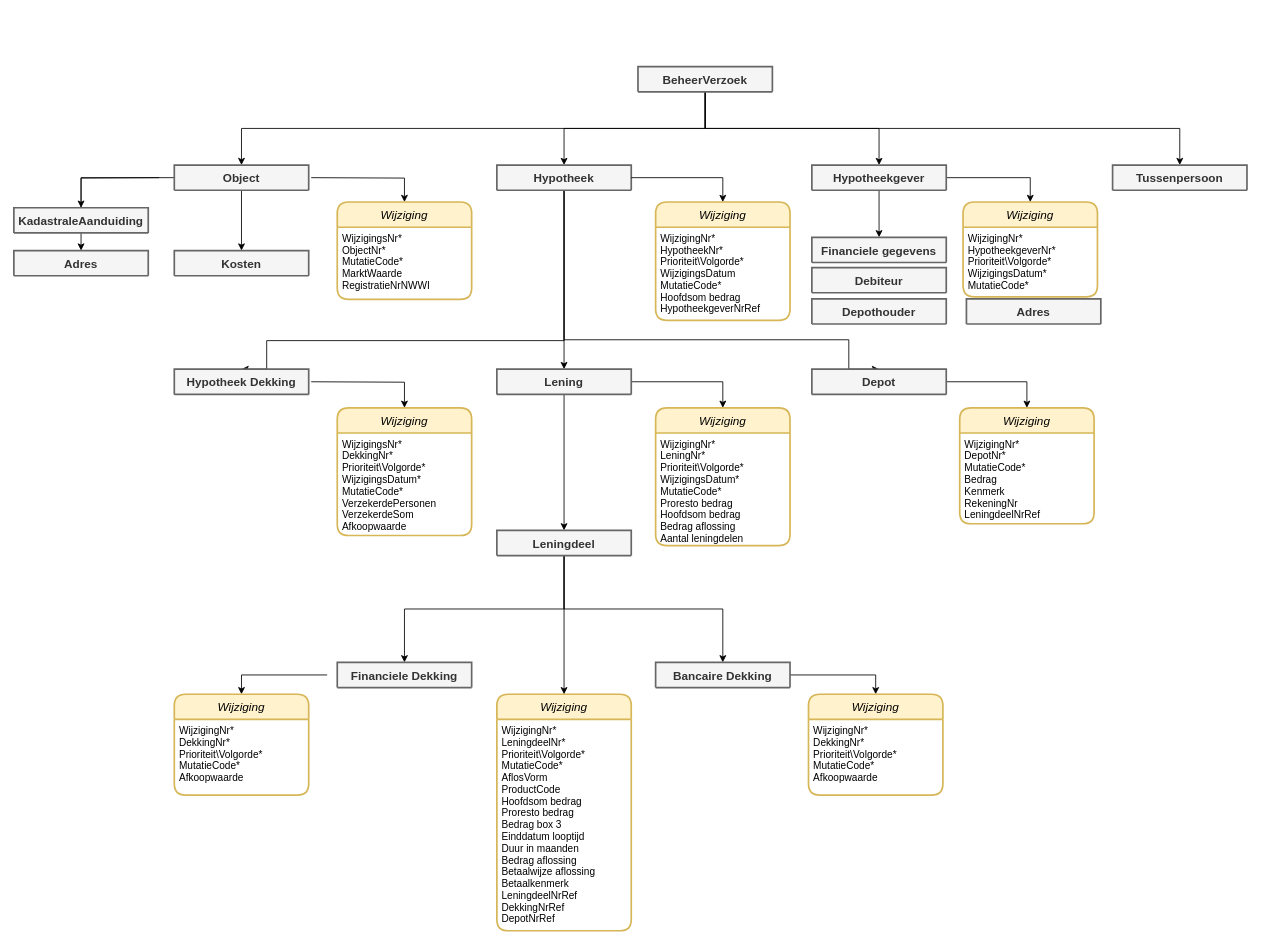
luchthandel/diagrams keeps this draw.io diagram as HDN_BX_MM_DataModel.drawio. Above is the earlier version. Source tidied: cells renumbered, new cells numbered last; positions are measured from the earlier drawing's top-left corner, leaving out a move shared by most shapes. Both pictures are drawn from the tidied source at 84%, with x=0, y=0 at pixel (13, 66).
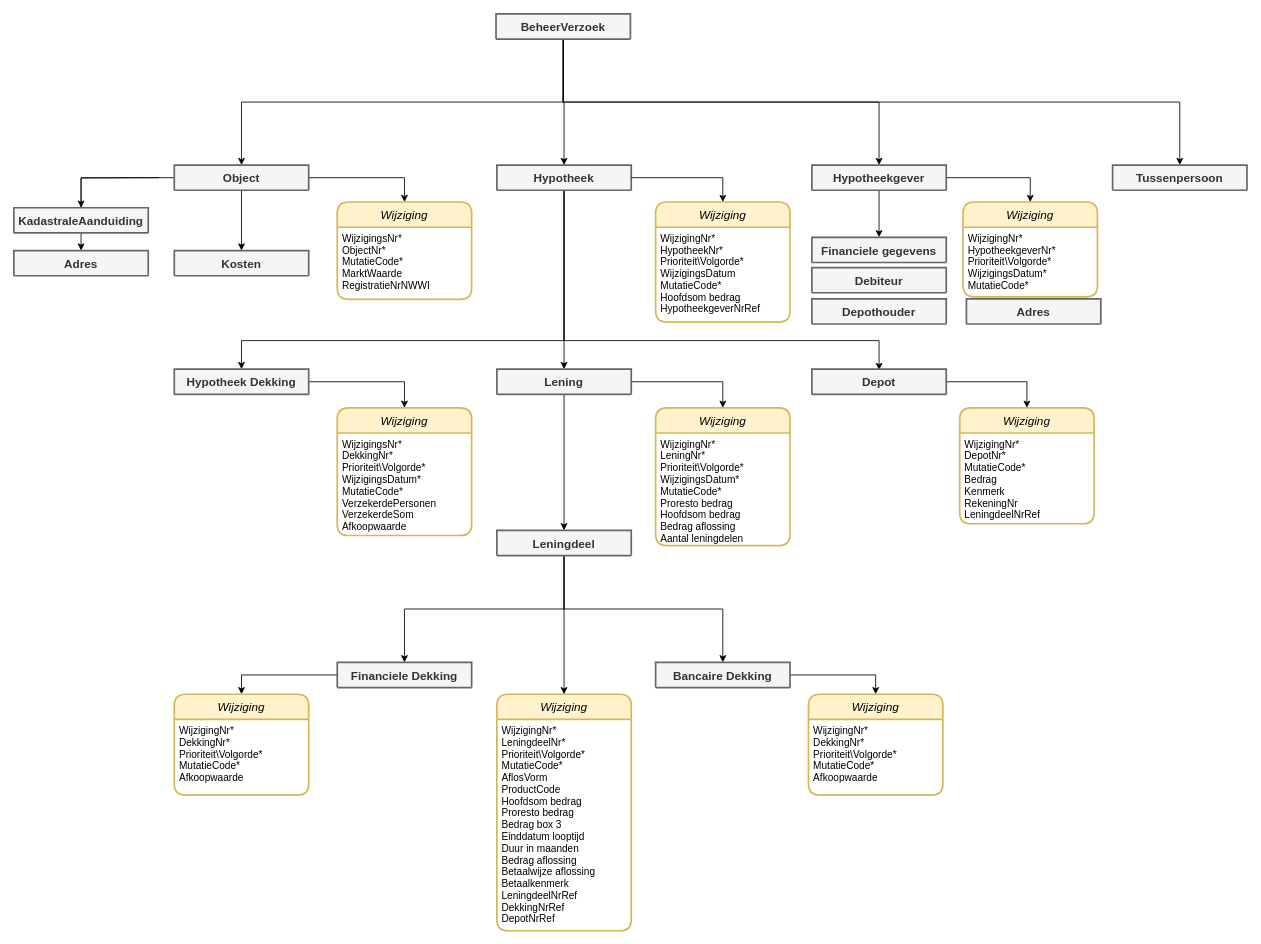
After the change.

The change refers to these unchanged cells:
```xml
<mxCell id="9" value="Object" style="swimlane;horizontal=1;startSize=30;fillColor=#f5f5f5;rounded=1;fontSize=14;fontStyle=1;strokeWidth=2;shadow=0;dashed=0;align=center;strokeColor=#666666;fontColor=#333333;" parent="1" vertex="1" collapsed="1">
  <mxGeometry x="191" y="117" width="160" height="30" as="geometry" />
</mxCell>
<mxCell id="13" value="Hypotheek" style="swimlane;horizontal=1;startSize=30;fillColor=#f5f5f5;rounded=1;fontSize=14;fontStyle=1;strokeWidth=2;shadow=0;dashed=0;align=center;strokeColor=#666666;fontColor=#333333;" parent="1" vertex="1" collapsed="1">
  <mxGeometry x="575" y="117" width="160" height="30" as="geometry" />
</mxCell>
<mxCell id="20" value="Wijziging" style="swimlane;horizontal=1;startSize=30;fillColor=#fff2cc;rounded=1;fontSize=14;fontStyle=2;strokeWidth=2;shadow=0;dashed=0;align=center;strokeColor=#d6b656;labelBackgroundColor=none;" parent="1" vertex="1">
  <mxGeometry x="385" y="161" width="160" height="116" as="geometry" />
</mxCell>
<mxCell id="41" value="Hypotheek Dekking" style="swimlane;horizontal=1;startSize=30;fillColor=#f5f5f5;rounded=1;fontSize=14;fontStyle=1;strokeWidth=2;shadow=0;dashed=0;align=center;strokeColor=#666666;fontColor=#333333;" parent="1" vertex="1" collapsed="1">
  <mxGeometry x="191" y="360" width="160" height="30" as="geometry" />
</mxCell>
<mxCell id="42" value="Depot" style="swimlane;horizontal=1;startSize=30;fillColor=#f5f5f5;rounded=1;fontSize=14;fontStyle=1;strokeWidth=2;shadow=0;dashed=0;align=center;strokeColor=#666666;fontColor=#333333;" parent="1" vertex="1" collapsed="1">
  <mxGeometry x="950" y="360" width="160" height="30" as="geometry" />
</mxCell>
<mxCell id="50" value="Wijziging" style="swimlane;horizontal=1;startSize=30;fillColor=#fff2cc;rounded=1;fontSize=14;fontStyle=2;strokeWidth=2;shadow=0;dashed=0;align=center;strokeColor=#d6b656;" parent="1" vertex="1">
  <mxGeometry x="385" y="406" width="160" height="152" as="geometry" />
</mxCell>
<mxCell id="57" value="Financiele Dekking" style="swimlane;horizontal=1;startSize=30;fillColor=#f5f5f5;rounded=1;fontSize=14;fontStyle=1;strokeWidth=2;shadow=0;dashed=0;align=center;strokeColor=#666666;fontColor=#333333;" parent="1" vertex="1" collapsed="1">
  <mxGeometry x="385" y="709" width="160" height="30" as="geometry" />
</mxCell>
<mxCell id="58" value="Wijziging" style="swimlane;horizontal=1;startSize=30;fillColor=#fff2cc;rounded=1;fontSize=14;fontStyle=2;strokeWidth=2;shadow=0;dashed=0;align=center;strokeColor=#d6b656;" parent="1" vertex="1">
  <mxGeometry x="191" y="747" width="160" height="120" as="geometry" />
</mxCell>
```

What changed in the source:
```diff
@@
-    <mxCell id="6" style="edgeStyle=orthogonalEdgeStyle;rounded=0;jettySize=auto;html=1;exitX=1;exitY=0.5;exitDx=0;exitDy=0;entryX=0.5;entryY=0;entryDx=0;entryDy=0;fontStyle=1;" parent="1" edge="1" target="20">
-      <mxGeometry relative="1" as="geometry">
-        <mxPoint x="354" y="132" as="sourcePoint" />
-      </mxGeometry>
+    <mxCell id="6" style="edgeStyle=orthogonalEdgeStyle;rounded=0;jettySize=auto;html=1;exitX=1;exitY=0.5;exitDx=0;exitDy=0;entryX=0.5;entryY=0;entryDx=0;entryDy=0;fontStyle=1;" parent="1" edge="1" source="9" target="20">
+      <mxGeometry relative="1" as="geometry" />
     </mxCell>
@@
     <mxCell id="10" style="edgeStyle=orthogonalEdgeStyle;rounded=0;jettySize=auto;html=1;exitX=0.5;exitY=1;exitDx=0;exitDy=0;entryX=0.5;entryY=0;entryDx=0;entryDy=0;" parent="1" edge="1" source="13" target="41">
       <mxGeometry relative="1" as="geometry">
         <Array as="points">
           <mxPoint x="655" y="326" />
-          <mxPoint x="301" y="326" />
+          <mxPoint x="271" y="326" />
         </Array>
       </mxGeometry>
     </mxCell>
@@
-    <mxCell id="12" style="edgeStyle=orthogonalEdgeStyle;rounded=0;jettySize=auto;html=1;exitX=0.5;exitY=1;exitDx=0;exitDy=0;entryX=0.5;entryY=0;entryDx=0;entryDy=0;" parent="1" edge="1" source="13" target="42">
+    <mxCell id="12" style="edgeStyle=orthogonalEdgeStyle;rounded=0;jettySize=auto;html=1;exitX=0.5;exitY=1;exitDx=0;exitDy=0;entryX=0.5;entryY=0;entryDx=0;entryDy=0;" parent="1" edge="1" source="13">
       <mxGeometry relative="1" as="geometry">
+        <mxPoint x="1030" y="361" as="targetPoint" />
         <Array as="points">
-          <mxPoint x="655" y="325" />
-          <mxPoint x="994" y="325" />
+          <mxPoint x="655" y="326" />
+          <mxPoint x="1030" y="326" />
         </Array>
       </mxGeometry>
     </mxCell>
@@
     <mxCell id="22" value="Wijziging" style="swimlane;horizontal=1;startSize=30;fillColor=#fff2cc;rounded=1;fontSize=14;fontStyle=2;strokeWidth=2;shadow=0;dashed=0;align=center;strokeColor=#d6b656;" parent="1" vertex="1">
-      <mxGeometry x="764" y="161" width="160" height="141" as="geometry" />
+      <mxGeometry x="764" y="161" width="160" height="143" as="geometry" />
     </mxCell>
     <mxCell id="23" value="WijzigingNr*&#10;HypotheekNr*&#10;Prioriteit\Volgorde*&#10;WijzigingsDatum&#10;MutatieCode*&#10;Hoofdsom bedrag&#10;HypotheekgeverNrRef" style="align=left;strokeColor=none;fillColor=none;spacingLeft=4;fontSize=12;verticalAlign=top;" parent="22" vertex="1">
-      <mxGeometry y="30" width="160" height="111" as="geometry" />
+      <mxGeometry y="30" width="160" height="113" as="geometry" />
     </mxCell>
@@
-    <mxCell id="26" value="BeheerVerzoek" style="swimlane;horizontal=1;startSize=30;fillColor=#f5f5f5;rounded=1;fontSize=14;fontStyle=1;strokeWidth=2;shadow=0;dashed=0;align=center;strokeColor=#666666;fontColor=#333333;" parent="1" vertex="1" collapsed="1">
-      <mxGeometry x="743" y="-0.2" width="160" height="30" as="geometry" />
-    </mxCell>
-    <mxCell id="27" style="edgeStyle=orthogonalEdgeStyle;rounded=0;jettySize=auto;html=1;exitX=0;exitY=0.5;exitDx=0;exitDy=0;entryX=0.5;entryY=0;entryDx=0;entryDy=0;" parent="1" edge="1" target="58">
+    <mxCell id="27" style="edgeStyle=orthogonalEdgeStyle;rounded=0;jettySize=auto;html=1;exitX=0;exitY=0.5;exitDx=0;exitDy=0;entryX=0.5;entryY=0;entryDx=0;entryDy=0;" parent="1" edge="1" source="57" target="58">
       <mxGeometry relative="1" as="geometry">
-        <mxPoint x="373" y="724" as="sourcePoint" />
         <Array as="points">
           <mxPoint x="271" y="724" />
         </Array>
       </mxGeometry>
     </mxCell>
@@
+    <mxCell id="26" value="BeheerVerzoek" style="swimlane;horizontal=1;startSize=30;fillColor=#f5f5f5;rounded=1;fontSize=14;fontStyle=1;strokeWidth=2;shadow=0;dashed=0;align=center;strokeColor=#666666;fontColor=#333333;" parent="1" vertex="1" collapsed="1">
+      <mxGeometry x="574" y="-63" width="160" height="30" as="geometry" />
+    </mxCell>
@@
-    <mxCell id="31" style="edgeStyle=orthogonalEdgeStyle;rounded=0;jettySize=auto;html=1;exitX=1;exitY=0.5;exitDx=0;exitDy=0;fontSize=14;entryX=0.5;entryY=0;entryDx=0;entryDy=0;" parent="1" edge="1" target="50">
-      <mxGeometry relative="1" as="geometry">
-        <mxPoint x="354" y="375" as="sourcePoint" />
-      </mxGeometry>
-    </mxCell>
@@
+    <mxCell id="61" style="edgeStyle=orthogonalEdgeStyle;rounded=0;jettySize=auto;html=1;exitX=1;exitY=0.5;exitDx=0;exitDy=0;entryX=0.5;entryY=0;entryDx=0;entryDy=0;" parent="1" edge="1" source="41" target="50">
+      <mxGeometry relative="1" as="geometry" />
+    </mxCell>
```
